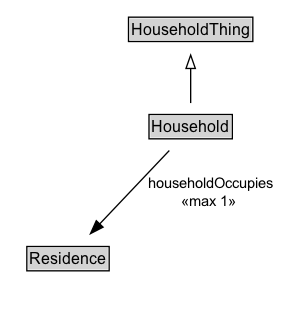
ISO-TC204/ontology-cdm-p2-v1 keeps this Graphviz diagram as docs/diagrams/Household.dot.png. Above is the earlier version. Its source is kept beside it as docs/diagrams/Household.dot. Its diagram source:
```dot
digraph {
	graph [overlap=false rankdir=TB splines=true]
	node [fontname=Arial fontsize=12 margin=0 shape=none]
	edge [fontname=Arial fontsize=11]
	{
		rank=max
		Household [label=<<TABLE BORDER="1" CELLBORDER="0" CELLSPACING="0" CELLPADDING="1"><TR><TD BGCOLOR="lightgray" ALIGN="CENTER" PORT="e">Household</TD></TR></TABLE>> URL="../Household.md" margin=0]
	}
	subgraph cluster_associated {
		label="" style=invis
		Invis [label=<<TABLE BORDER="0" CELLBORDER="0" CELLSPACING="0" CELLPADDING="1"><TR><TD></TD></TR></TABLE>> margin=0 style=invis]
		Residence [label=<<TABLE BORDER="1" CELLBORDER="0" CELLSPACING="0" CELLPADDING="1"><TR><TD BGCOLOR="lightgray" ALIGN="CENTER">Residence</TD></TR></TABLE>> URL="../Residence.md" margin=0]
	}
	HouseholdThing [label=<<TABLE BORDER="1" CELLBORDER="0" CELLSPACING="0" CELLPADDING="1"><TR><TD BGCOLOR="lightgray" ALIGN="CENTER">HouseholdThing</TD></TR></TABLE>> URL="../HouseholdThing.md" margin=0]
	Household -> HouseholdThing [arrowhead=onormal style=solid]
	Household -> Invis [style=invis]
	Invis -> Residence [style=invis]
	Household -> Residence [label=" householdOccupies
 «max 1»  " arrowhead=normal style=solid]
}
```
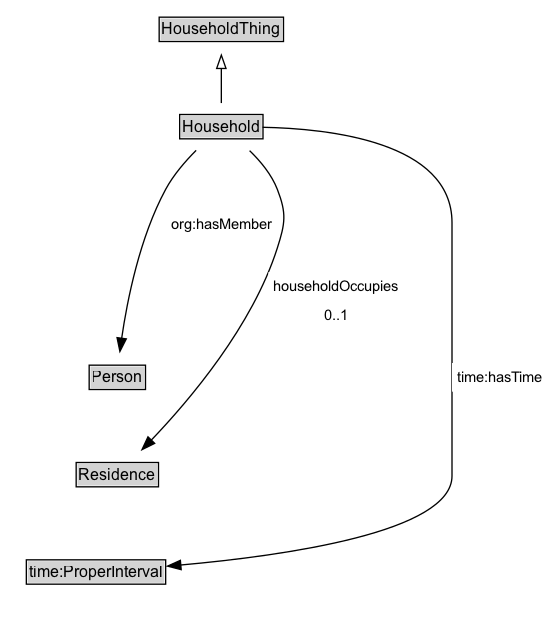
Later version of the same file.

Change to the diagram source:
```diff
@@ -3,18 +3,29 @@
 	node [fontname=Arial fontsize=12 margin=0 shape=none]
 	edge [fontname=Arial fontsize=11]
 	{
+		rank=source
+		HouseholdThing [label=<<TABLE BORDER="1" CELLBORDER="0" CELLSPACING="0" CELLPADDING="1"><TR><TD BGCOLOR="lightgray" ALIGN="CENTER">HouseholdThing</TD></TR></TABLE>> URL="../HouseholdThing" margin=0]
+	}
+	Household [label=<<TABLE BORDER="1" CELLBORDER="0" CELLSPACING="0" CELLPADDING="1"><TR><TD BGCOLOR="lightgray" ALIGN="CENTER">Household</TD></TR></TABLE>> URL="../Household" margin=0]
+	{
 		rank=max
-		Household [label=<<TABLE BORDER="1" CELLBORDER="0" CELLSPACING="0" CELLPADDING="1"><TR><TD BGCOLOR="lightgray" ALIGN="CENTER" PORT="e">Household</TD></TR></TABLE>> URL="../Household.md" margin=0]
 	}
 	subgraph cluster_associated {
 		label="" style=invis
 		Invis [label=<<TABLE BORDER="0" CELLBORDER="0" CELLSPACING="0" CELLPADDING="1"><TR><TD></TD></TR></TABLE>> margin=0 style=invis]
-		Residence [label=<<TABLE BORDER="1" CELLBORDER="0" CELLSPACING="0" CELLPADDING="1"><TR><TD BGCOLOR="lightgray" ALIGN="CENTER">Residence</TD></TR></TABLE>> URL="../Residence.md" margin=0]
+		Person [label=<<TABLE BORDER="1" CELLBORDER="0" CELLSPACING="0" CELLPADDING="1"><TR><TD BGCOLOR="lightgray" ALIGN="CENTER">Person</TD></TR></TABLE>> URL="../Person" margin=0]
+		Residence [label=<<TABLE BORDER="1" CELLBORDER="0" CELLSPACING="0" CELLPADDING="1"><TR><TD BGCOLOR="lightgray" ALIGN="CENTER">Residence</TD></TR></TABLE>> URL="../Residence" margin=0]
+		time_ProperInterval [label=<<TABLE BORDER="1" CELLBORDER="0" CELLSPACING="0" CELLPADDING="1"><TR><TD BGCOLOR="lightgray" ALIGN="CENTER">time:ProperInterval</TD></TR></TABLE>> URL="https://w3id.org/citydata/imported/time/latest/ProperInterval" margin=0]
 	}
-	HouseholdThing [label=<<TABLE BORDER="1" CELLBORDER="0" CELLSPACING="0" CELLPADDING="1"><TR><TD BGCOLOR="lightgray" ALIGN="CENTER">HouseholdThing</TD></TR></TABLE>> URL="../HouseholdThing.md" margin=0]
 	Household -> HouseholdThing [arrowhead=onormal style=solid]
 	Household -> Invis [style=invis]
-	Invis -> Residence [style=invis]
-	Household -> Residence [label=" householdOccupies
- «max 1»  " arrowhead=normal style=solid]
+	Invis -> Person [style=invis]
+	Person -> Residence [style=invis]
+	Residence -> time_ProperInterval [style=invis]
+	Person [label=<<TABLE BORDER="1" CELLBORDER="0" CELLSPACING="0" CELLPADDING="1"><TR><TD BGCOLOR="lightgray" ALIGN="CENTER">Person</TD></TR></TABLE>> URL="../Person" margin=0]
+	Household -> Person [label=<<TABLE BORDER="0" CELLBORDER="0" CELLSPACING="0" CELLPADDING="4" BGCOLOR="white"><TR><TD ALIGN="CENTER">org:hasMember</TD></TR></TABLE>> arrowhead=normal style=solid]
+	Residence [label=<<TABLE BORDER="1" CELLBORDER="0" CELLSPACING="0" CELLPADDING="1"><TR><TD BGCOLOR="lightgray" ALIGN="CENTER">Residence</TD></TR></TABLE>> URL="../Residence" margin=0]
+	Household -> Residence [label=<<TABLE BORDER="0" CELLBORDER="0" CELLSPACING="0" CELLPADDING="4" BGCOLOR="white"><TR><TD ALIGN="CENTER">householdOccupies</TD></TR><TR><TD ALIGN="CENTER">0..1</TD></TR></TABLE>> arrowhead=normal style=solid]
+	time_ProperInterval [label=<<TABLE BORDER="1" CELLBORDER="0" CELLSPACING="0" CELLPADDING="1"><TR><TD BGCOLOR="lightgray" ALIGN="CENTER">time:ProperInterval</TD></TR></TABLE>> URL="https://w3id.org/citydata/imported/time/latest/ProperInterval" margin=0]
+	Household -> time_ProperInterval [label=<<TABLE BORDER="0" CELLBORDER="0" CELLSPACING="0" CELLPADDING="4" BGCOLOR="white"><TR><TD ALIGN="CENTER">time:hasTime</TD></TR></TABLE>> arrowhead=normal style=solid]
 }
```
